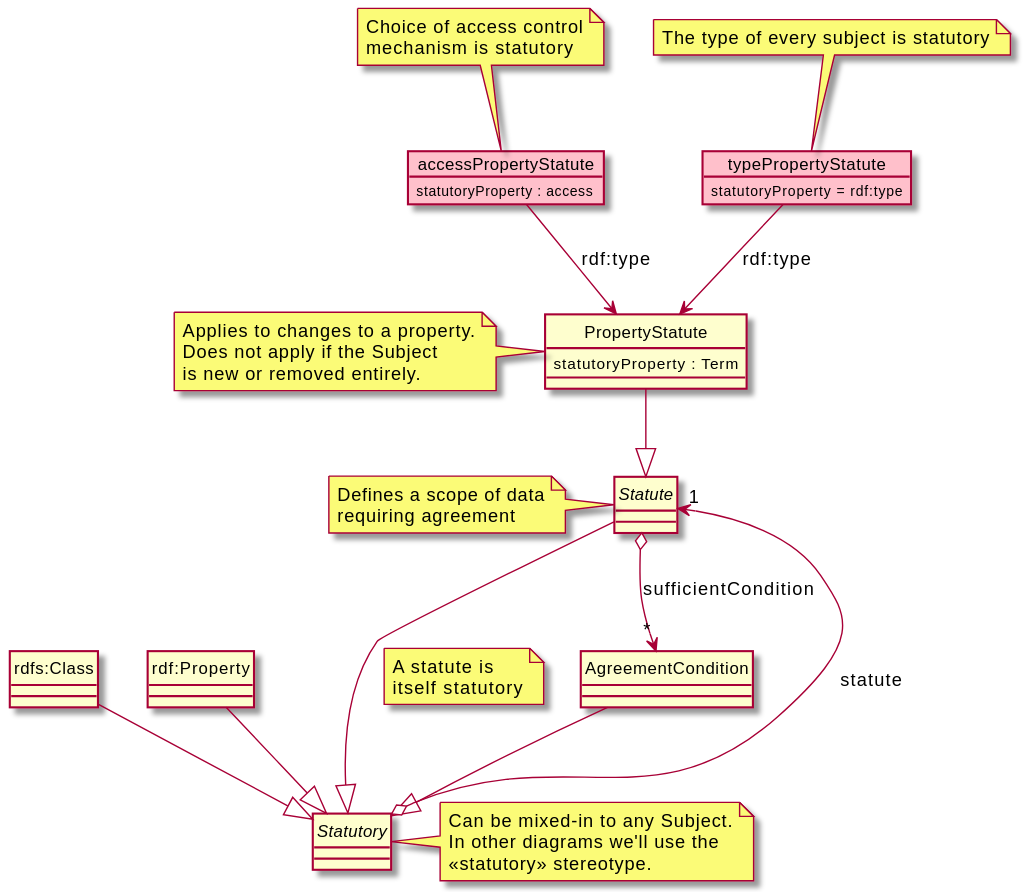
m-ld/m-ld-security-spec keeps this PlantUML diagram as design/img/statute.class.svg. Above is the earlier version.
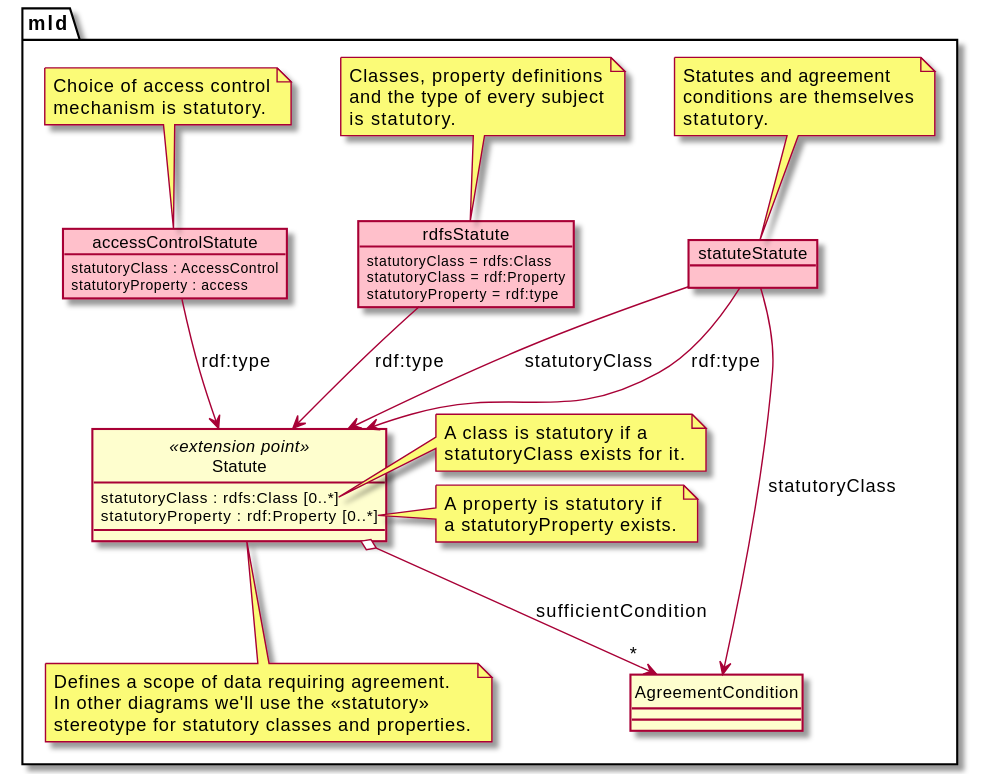
Later version of the same file.

Change to the diagram source:
```diff
@@ -6,57 +6,59 @@
   BackgroundColor Pink
 }
 
-abstract class Statute
-note left
-  Defines a scope of data
-  requiring agreement
+package mld {
+
+class Statute <<extension point>> {
+  statutoryClass : rdfs:Class [0..*]
+  statutoryProperty : rdf:Property [0..*]
+}
+note bottom
+Defines a scope of data requiring agreement.
+In other diagrams we'll use the <<statutory>>
+stereotype for statutory classes and properties.
+end note
+note right of Statute::statutoryClass
+A class is statutory if a
+statutoryClass exists for it.
+end note
+note right of Statute::statutoryProperty
+A property is statutory if
+a statutoryProperty exists.
 end note
 
 Statute o--> "*" AgreementCondition : sufficientCondition
-AgreementCondition --|> Statutory
 
-class PropertyStatute {
-  statutoryProperty : Term
+object statuteStatute
+note top
+Statutes and agreement
+conditions are themselves
+statutory.
+end note
+statuteStatute --> Statute : statutoryClass
+statuteStatute --> Statute : rdf:type
+statuteStatute --> AgreementCondition : statutoryClass
+
+object rdfsStatute {
+  statutoryClass = rdfs:Class
+  statutoryClass = rdf:Property
+  statutoryProperty = rdf:type
 }
-note left of PropertyStatute
-Applies to changes to a property.
-Does not apply if the Subject
-is new or removed entirely.
+note top
+  Classes, property definitions
+  and the type of every subject
+  is statutory.
 end note
+rdfsStatute --> Statute : rdf:type
 
-abstract class Statutory
-note right
-Can be mixed-in to any Subject.
-In other diagrams we'll use the
-<<statutory>> stereotype.
-end note
-Statutory o--> "1" Statute : statute
-PropertyStatute --|> Statute
-
-Statute --|> Statutory
-note on link
-A statute is
-itself statutory
-end note
-
-object accessPropertyStatute {
+object accessControlStatute {
+  statutoryClass : AccessControl
   statutoryProperty : access
 }
 note top
   Choice of access control
-  mechanism is statutory
+  mechanism is statutory.
 end note
-accessPropertyStatute --> PropertyStatute : rdf:type
+accessControlStatute --> Statute : rdf:type
 
-object typePropertyStatute {
-  statutoryProperty = rdf:type
 }
-note top
-  The type of every subject is statutory
-end note
-typePropertyStatute --> PropertyStatute : rdf:type
-
-"rdfs:Class" --|> Statutory
-"rdf:Property" --|> Statutory
-
 @enduml
```
